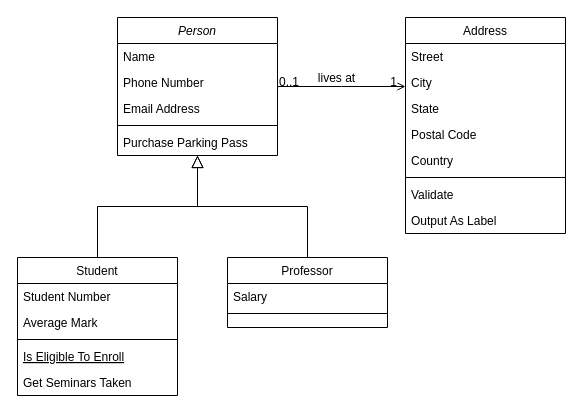
Above: Diagram_Class.drawio in kjsang/analysis.coupang (draw.io), before the change. Source tidied: cells renumbered, new cells numbered last; positions are measured from the earlier drawing's top-left corner, leaving out a move shared by most shapes. Both pictures are drawn from the tidied source at 100%, with x=0, y=0 at pixel (17, 17).
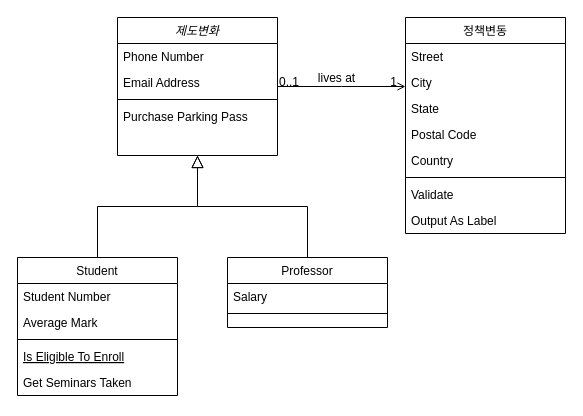
Above is the later version.

Diff of the diagram source:
```diff
@@
-    <mxCell id="2" value="Person" style="swimlane;fontStyle=2;align=center;verticalAlign=top;horizontal=1;startSize=26;rounded=0;shadow=0;strokeWidth=1;" parent="1" vertex="1">
+    <mxCell id="2" value="제도변화" style="swimlane;fontStyle=2;align=center;verticalAlign=top;horizontal=1;startSize=26;rounded=0;shadow=0;strokeWidth=1;" parent="1" vertex="1">
       <mxGeometry x="100" width="160" height="138" as="geometry" />
     </mxCell>
-    <mxCell id="3" value="Name" style="text;align=left;verticalAlign=top;spacingLeft=4;spacingRight=4;overflow=hidden;" parent="2" vertex="1">
-      <mxGeometry y="26" width="160" height="26" as="geometry" />
-    </mxCell>
     <mxCell id="4" value="Phone Number" style="text;align=left;verticalAlign=top;spacingLeft=4;spacingRight=4;overflow=hidden;rounded=0;shadow=0;html=0;" parent="2" vertex="1">
-      <mxGeometry y="52" width="160" height="26" as="geometry" />
+      <mxGeometry y="26" width="160" height="26" as="geometry" />
     </mxCell>
     <mxCell id="5" value="Email Address" style="text;align=left;verticalAlign=top;spacingLeft=4;spacingRight=4;overflow=hidden;rounded=0;shadow=0;html=0;" parent="2" vertex="1">
-      <mxGeometry y="78" width="160" height="26" as="geometry" />
+      <mxGeometry y="52" width="160" height="26" as="geometry" />
     </mxCell>
     <mxCell id="6" style="line;html=1;strokeWidth=1;align=left;verticalAlign=middle;spacingTop=-1;spacingLeft=3;spacingRight=3;labelPosition=right;" parent="2" vertex="1">
-      <mxGeometry y="104" width="160" height="8" as="geometry" />
+      <mxGeometry y="78" width="160" height="8" as="geometry" />
     </mxCell>
     <mxCell id="7" value="Purchase Parking Pass" style="text;align=left;verticalAlign=top;spacingLeft=4;spacingRight=4;overflow=hidden;" parent="2" vertex="1">
-      <mxGeometry y="112" width="160" height="26" as="geometry" />
+      <mxGeometry y="86" width="160" height="26" as="geometry" />
     </mxCell>
@@
-    <mxCell id="19" value="Address" style="swimlane;fontStyle=0;align=center;verticalAlign=top;horizontal=1;startSize=26;rounded=0;shadow=0;strokeWidth=1;" parent="1" vertex="1">
+    <mxCell id="19" value="정책변동" style="swimlane;fontStyle=0;align=center;verticalAlign=top;horizontal=1;startSize=26;rounded=0;shadow=0;strokeWidth=1;" parent="1" vertex="1">
       <mxGeometry x="388" width="160" height="216" as="geometry" />
     </mxCell>
```
